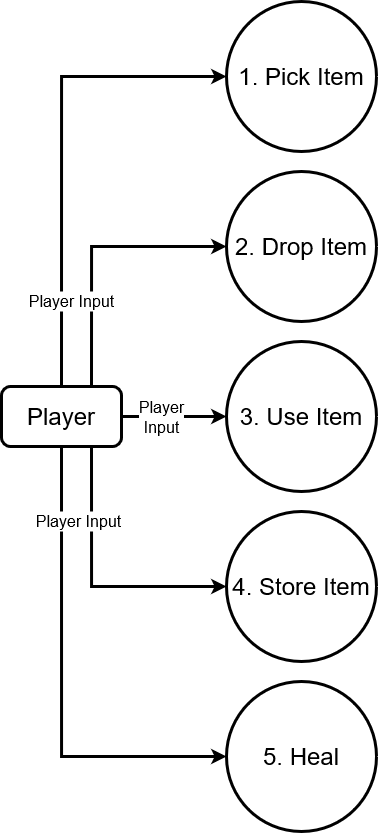
Above: Pictures/dataflow/1.3.4.1.1.2.drawio.png in FM-Man/SPL_2 (draw.io), before the change. Source tidied: cells renumbered, new cells last; positions are measured from the earlier drawing's top-left corner, leaving out a move shared by most shapes. Source of this version:
```xml
<mxGraphModel>
  <root>
    <mxCell id="0" />
    <mxCell id="1" parent="0" />
    <mxCell id="2" style="edgeStyle=orthogonalEdgeStyle;rounded=0;jettySize=auto;html=1;exitX=0.75;exitY=0;exitDx=0;exitDy=0;entryX=0;entryY=0.5;entryDx=0;entryDy=0;strokeWidth=3;" parent="1" edge="1" source="9" target="4">
      <mxGeometry x="0.44" relative="1" as="geometry" />
    </mxCell>
    <mxCell id="3" style="edgeStyle=orthogonalEdgeStyle;rounded=0;jettySize=auto;html=1;exitX=0.75;exitY=1;exitDx=0;exitDy=0;entryX=0;entryY=0.5;entryDx=0;entryDy=0;strokeWidth=3;" parent="1" edge="1" source="9" target="11">
      <mxGeometry relative="1" as="geometry" />
    </mxCell>
    <mxCell id="4" value="&lt;div&gt;2. Drop Item&lt;br&gt;&lt;/div&gt;" style="ellipse;whiteSpace=wrap;html=1;fontSize=24;strokeWidth=3;" parent="1" vertex="1">
      <mxGeometry x="225" y="170" width="150" height="150" as="geometry" />
    </mxCell>
    <mxCell id="5" style="edgeStyle=orthogonalEdgeStyle;rounded=0;jettySize=auto;html=1;exitX=1;exitY=0.5;exitDx=0;exitDy=0;entryX=0;entryY=0.5;entryDx=0;entryDy=0;strokeWidth=3;" parent="1" edge="1" source="9" target="10">
      <mxGeometry relative="1" as="geometry" />
    </mxCell>
    <mxCell id="6" value="&lt;div style=&quot;font-size: 16px;&quot;&gt;&lt;font style=&quot;font-size: 16px;&quot;&gt;Player&lt;/font&gt;&lt;/div&gt;&lt;div style=&quot;font-size: 16px;&quot;&gt;&lt;font style=&quot;font-size: 16px;&quot;&gt;Input&lt;/font&gt;&lt;br style=&quot;font-size: 16px;&quot;&gt;&lt;/div&gt;" style="edgeLabel;html=1;align=center;verticalAlign=middle;fontSize=16;labelBackgroundColor=#FFFFFF;" parent="5" vertex="1">
      <mxGeometry x="-0.3" y="-1" relative="1" as="geometry">
        <mxPoint x="3" y="-1" as="offset" />
      </mxGeometry>
    </mxCell>
    <mxCell id="7" style="edgeStyle=orthogonalEdgeStyle;rounded=0;jettySize=auto;html=1;exitX=0.5;exitY=0;exitDx=0;exitDy=0;entryX=0;entryY=0.5;entryDx=0;entryDy=0;strokeWidth=3;" parent="1" edge="1" source="9" target="12">
      <mxGeometry relative="1" as="geometry" />
    </mxCell>
    <mxCell id="8" style="edgeStyle=orthogonalEdgeStyle;rounded=0;jettySize=auto;html=1;exitX=0.5;exitY=1;exitDx=0;exitDy=0;entryX=0;entryY=0.5;entryDx=0;entryDy=0;strokeWidth=3;" parent="1" edge="1" source="9" target="13">
      <mxGeometry relative="1" as="geometry" />
    </mxCell>
    <mxCell id="9" value="&lt;font style=&quot;font-size: 24px&quot;&gt;Player&lt;/font&gt;" style="rounded=1;whiteSpace=wrap;html=1;strokeWidth=3;" parent="1" vertex="1">
      <mxGeometry y="385" width="120" height="60" as="geometry" />
    </mxCell>
    <mxCell id="10" value="&lt;div&gt;3. Use Item&lt;br&gt;&lt;/div&gt;" style="ellipse;whiteSpace=wrap;html=1;fontSize=24;strokeWidth=3;" parent="1" vertex="1">
      <mxGeometry x="225" y="340" width="150" height="150" as="geometry" />
    </mxCell>
    <mxCell id="11" value="&lt;div&gt;4. Store Item&lt;br&gt;&lt;/div&gt;" style="ellipse;whiteSpace=wrap;html=1;fontSize=24;strokeWidth=3;" parent="1" vertex="1">
      <mxGeometry x="225" y="510" width="150" height="150" as="geometry" />
    </mxCell>
    <mxCell id="12" value="&lt;div&gt;1. Pick Item&lt;br&gt;&lt;/div&gt;" style="ellipse;whiteSpace=wrap;html=1;fontSize=24;strokeWidth=3;" parent="1" vertex="1">
      <mxGeometry x="225" width="150" height="150" as="geometry" />
    </mxCell>
    <mxCell id="13" value="5. Heal" style="ellipse;whiteSpace=wrap;html=1;fontSize=24;strokeWidth=3;" parent="1" vertex="1">
      <mxGeometry x="225" y="680" width="150" height="150" as="geometry" />
    </mxCell>
    <mxCell id="14" value="&lt;span style=&quot;background-color: rgb(255 , 255 , 255)&quot;&gt;&lt;font style=&quot;font-size: 16px&quot;&gt;Player Input&lt;/font&gt;&lt;/span&gt;" style="text;html=1;align=center;verticalAlign=middle;strokeColor=none;fillColor=default;" parent="1" vertex="1">
      <mxGeometry x="27" y="510" width="100" height="20" as="geometry" />
    </mxCell>
    <mxCell id="15" value="Player Input" style="text;html=1;align=center;verticalAlign=middle;strokeColor=none;fillColor=default;fontSize=16;" parent="1" vertex="1">
      <mxGeometry x="20" y="290" width="100" height="20" as="geometry" />
    </mxCell>
  </root>
</mxGraphModel>
```
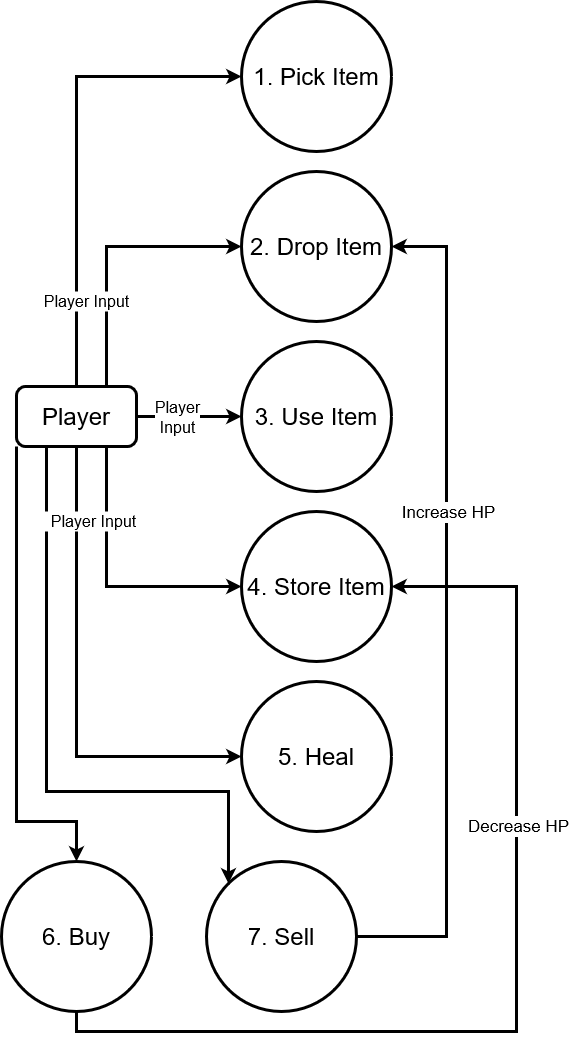
The same diagram one commit later.

The edit, as a diff of the source:
```diff
@@ -25,6 +25,22 @@
     <mxCell id="8" style="edgeStyle=orthogonalEdgeStyle;rounded=0;jettySize=auto;html=1;exitX=0.5;exitY=1;exitDx=0;exitDy=0;entryX=0;entryY=0.5;entryDx=0;entryDy=0;strokeWidth=3;" parent="1" edge="1" source="9" target="13">
       <mxGeometry relative="1" as="geometry" />
     </mxCell>
+    <mxCell id="16" style="edgeStyle=orthogonalEdgeStyle;rounded=0;jettySize=auto;html=1;exitX=0.25;exitY=1;exitDx=0;exitDy=0;entryX=0;entryY=0;entryDx=0;entryDy=0;strokeWidth=3;" parent="1" edge="1" source="9" target="23">
+      <mxGeometry relative="1" as="geometry">
+        <Array as="points">
+          <mxPoint x="30" y="790" />
+          <mxPoint x="212" y="790" />
+        </Array>
+      </mxGeometry>
+    </mxCell>
+    <mxCell id="17" style="edgeStyle=orthogonalEdgeStyle;rounded=0;jettySize=auto;html=1;exitX=0;exitY=1;exitDx=0;exitDy=0;strokeWidth=3;" parent="1" edge="1" source="9" target="20">
+      <mxGeometry relative="1" as="geometry">
+        <Array as="points">
+          <mxPoint y="820" />
+          <mxPoint x="60" y="820" />
+        </Array>
+      </mxGeometry>
+    </mxCell>
     <mxCell id="9" value="&lt;font style=&quot;font-size: 24px&quot;&gt;Player&lt;/font&gt;" style="rounded=1;whiteSpace=wrap;html=1;strokeWidth=3;" parent="1" vertex="1">
       <mxGeometry y="385" width="120" height="60" as="geometry" />
     </mxCell>
@@ -46,5 +62,36 @@
     <mxCell id="15" value="Player Input" style="text;html=1;align=center;verticalAlign=middle;strokeColor=none;fillColor=default;fontSize=16;" parent="1" vertex="1">
       <mxGeometry x="20" y="290" width="100" height="20" as="geometry" />
     </mxCell>
+    <mxCell id="18" style="edgeStyle=orthogonalEdgeStyle;rounded=0;jettySize=auto;html=1;exitX=0.5;exitY=1;exitDx=0;exitDy=0;entryX=1;entryY=0.5;entryDx=0;entryDy=0;fontSize=17;strokeWidth=3;" parent="1" edge="1" source="20" target="11">
+      <mxGeometry relative="1" as="geometry">
+        <Array as="points">
+          <mxPoint x="60" y="1030" />
+          <mxPoint x="500" y="1030" />
+          <mxPoint x="500" y="585" />
+        </Array>
+      </mxGeometry>
+    </mxCell>
+    <mxCell id="19" value="Decrease HP" style="edgeLabel;html=1;align=center;verticalAlign=middle;fontSize=17;" parent="18" vertex="1">
+      <mxGeometry x="0.29" y="-1" relative="1" as="geometry" />
+    </mxCell>
+    <mxCell id="20" value="&lt;div&gt;6. Buy&lt;br&gt;&lt;/div&gt;" style="ellipse;whiteSpace=wrap;html=1;fontSize=24;strokeWidth=3;" parent="1" vertex="1">
+      <mxGeometry x="-15" y="860" width="150" height="150" as="geometry" />
+    </mxCell>
+    <mxCell id="21" style="edgeStyle=orthogonalEdgeStyle;rounded=0;jettySize=auto;html=1;exitX=1;exitY=0.5;exitDx=0;exitDy=0;entryX=1;entryY=0.5;entryDx=0;entryDy=0;strokeWidth=3;" parent="1" edge="1" source="23" target="4">
+      <mxGeometry relative="1" as="geometry">
+        <Array as="points">
+          <mxPoint x="430" y="935" />
+          <mxPoint x="430" y="245" />
+        </Array>
+      </mxGeometry>
+    </mxCell>
+    <mxCell id="22" value="&lt;font style=&quot;font-size: 17px&quot;&gt;Increase HP&lt;/font&gt;" style="edgeLabel;html=1;align=center;verticalAlign=middle;" parent="21" vertex="1">
+      <mxGeometry x="0.1" y="-1" relative="1" as="geometry">
+        <mxPoint y="-56" as="offset" />
+      </mxGeometry>
+    </mxCell>
+    <mxCell id="23" value="7. Sell" style="ellipse;whiteSpace=wrap;html=1;fontSize=24;strokeWidth=3;" parent="1" vertex="1">
+      <mxGeometry x="190" y="860" width="150" height="150" as="geometry" />
+    </mxCell>
   </root>
 </mxGraphModel>
```
